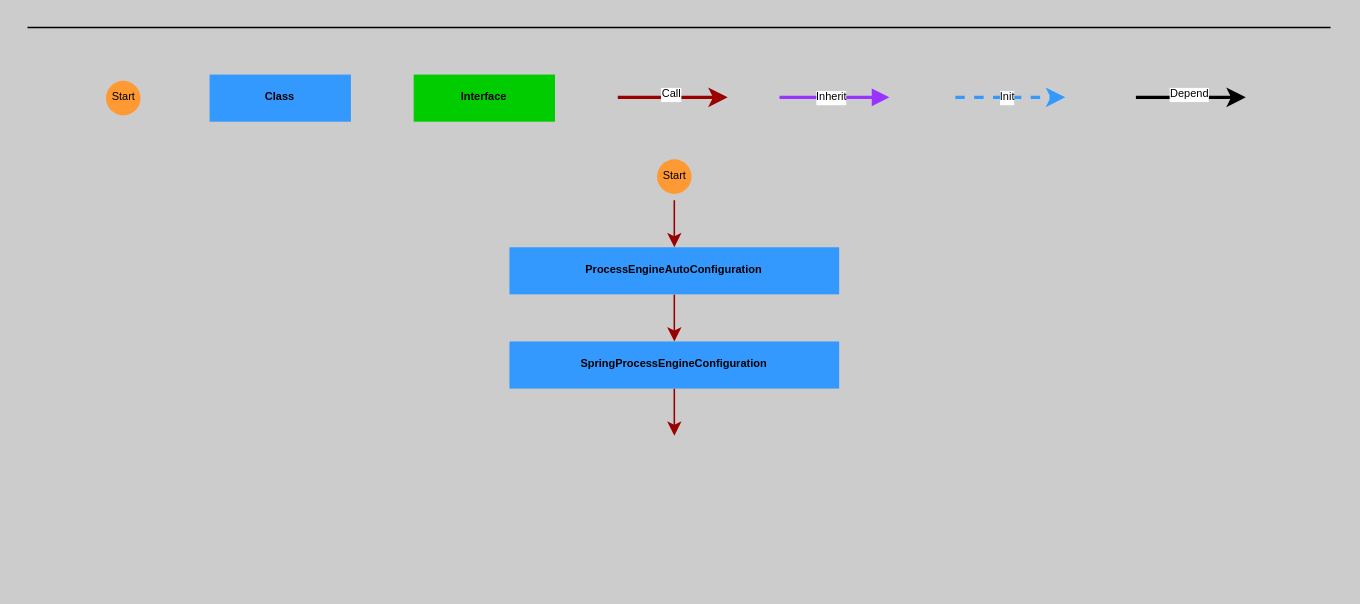
This is page "流程执行" (2 of 2) of reader/Untitled Diagram.drawio from Y-lenny/Activiti, a draw.io file, before an edit. Source tidied: cells renumbered, new cells numbered last; positions are measured from the earlier drawing's top-left corner, leaving out a move shared by most shapes. Both pictures are drawn from the tidied source at 157%, with x=0, y=0 at pixel (27, 27).
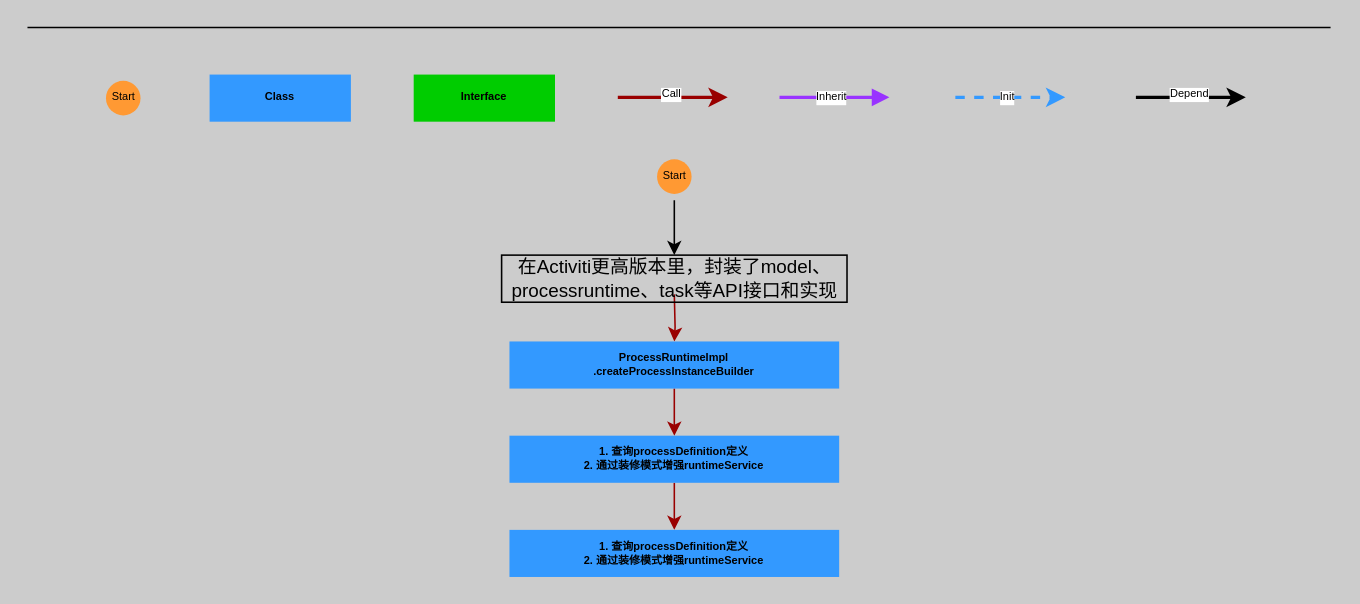
Above is the later version.

The change refers to these unchanged cells:
```xml
<mxCell id="15" value="Start" style="ellipse;html=1;shape=startState;strokeColor=none;fillColor=#FF9933;fontSize=7;" parent="1" vertex="1">
  <mxGeometry x="397" y="80" width="30" height="30" as="geometry" />
</mxCell>
```

Diff of the diagram source:
```diff
@@
-    <mxCell id="14" style="edgeStyle=orthogonalEdgeStyle;rounded=0;jettySize=auto;html=1;fontSize=7;strokeColor=#990000;" parent="1" edge="1" source="15" target="17">
-      <mxGeometry relative="1" as="geometry" />
+    <mxCell id="14" style="edgeStyle=orthogonalEdgeStyle;rounded=0;jettySize=auto;html=1;fontSize=7;strokeColor=#990000;" parent="1" edge="1" target="17">
+      <mxGeometry relative="1" as="geometry">
+        <mxPoint x="412" y="170" as="sourcePoint" />
+      </mxGeometry>
     </mxCell>
+    <mxCell id="20" style="edgeStyle=orthogonalEdgeStyle;rounded=0;jettySize=auto;html=1;fontSize=7;" parent="1" edge="1" source="15" target="21">
+      <mxGeometry relative="1" as="geometry" />
+    </mxCell>
@@
-    <mxCell id="17" value="ProcessEngineAutoConfiguration" style="whiteSpace=wrap;align=center;verticalAlign=middle;fontStyle=1;strokeWidth=3;fillColor=#3399FF;strokeColor=none;fontSize=7;" parent="1" vertex="1">
-      <mxGeometry x="307" y="140" width="210" height="30" as="geometry" />
+    <mxCell id="17" value="ProcessRuntimeImpl&#10;.createProcessInstanceBuilder" style="whiteSpace=wrap;align=center;verticalAlign=middle;fontStyle=1;strokeWidth=3;fillColor=#3399FF;strokeColor=none;fontSize=7;" parent="1" vertex="1">
+      <mxGeometry x="307" y="200" width="210" height="30" as="geometry" />
     </mxCell>
     <mxCell id="18" style="edgeStyle=orthogonalEdgeStyle;rounded=0;jettySize=auto;html=1;fontSize=7;fontColor=#000000;strokeColor=#990000;" parent="1" edge="1" source="19">
       <mxGeometry relative="1" as="geometry">
-        <mxPoint x="412" y="260" as="targetPoint" />
+        <mxPoint x="412" y="320" as="targetPoint" />
       </mxGeometry>
     </mxCell>
-    <mxCell id="19" value="SpringProcessEngineConfiguration" style="whiteSpace=wrap;align=center;verticalAlign=middle;fontStyle=1;strokeWidth=3;fillColor=#3399FF;strokeColor=none;fontSize=7;" parent="1" vertex="1">
-      <mxGeometry x="307" y="200" width="210" height="30" as="geometry" />
+    <mxCell id="19" value="1. 查询processDefinition定义&#10;2. 通过装修模式增强runtimeService" style="whiteSpace=wrap;align=center;verticalAlign=middle;fontStyle=1;strokeWidth=3;fillColor=#3399FF;strokeColor=none;fontSize=7;" parent="1" vertex="1">
+      <mxGeometry x="307" y="260" width="210" height="30" as="geometry" />
     </mxCell>
+    <mxCell id="21" value="在Activiti更高版本里，封装了model、&lt;br&gt;processruntime、task等API接口和实现" style="text;html=1;align=center;verticalAlign=middle;points=[];strokeColor=#000000;" parent="1" vertex="1">
+      <mxGeometry x="302" y="145" width="220" height="30" as="geometry" />
+    </mxCell>
+    <mxCell id="22" value="1. 查询processDefinition定义&#10;2. 通过装修模式增强runtimeService" style="whiteSpace=wrap;align=center;verticalAlign=middle;fontStyle=1;strokeWidth=3;fillColor=#3399FF;strokeColor=none;fontSize=7;" parent="1" vertex="1">
+      <mxGeometry x="307" y="320" width="210" height="30" as="geometry" />
+    </mxCell>
```
